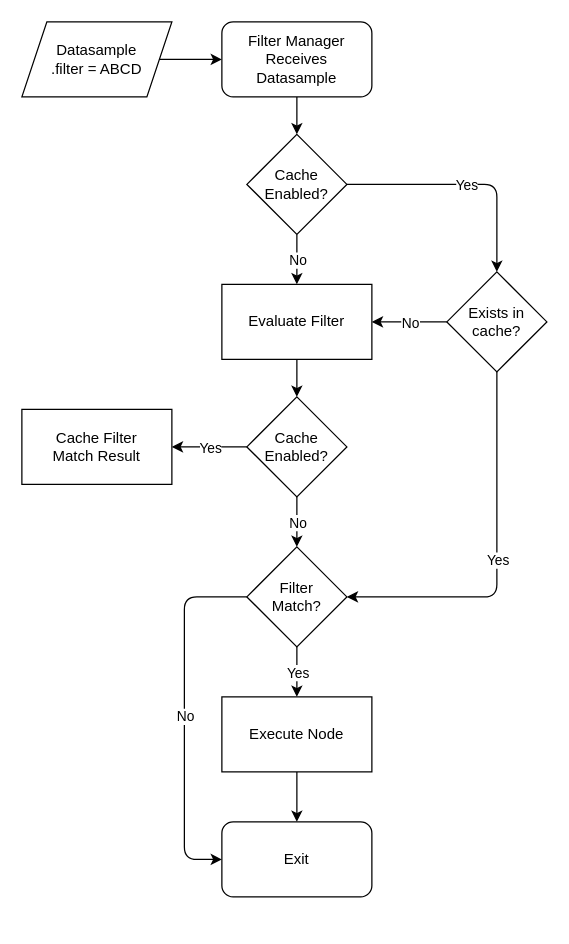
Above: doc/FilterEngine.drawio in Linaro/step (draw.io), before the change. Source tidied: cells renumbered, new cells numbered last; positions are measured from the earlier drawing's top-left corner, leaving out a move shared by most shapes. Both pictures are drawn from the tidied source at 125%, with x=0, y=0 at pixel (21, 21).
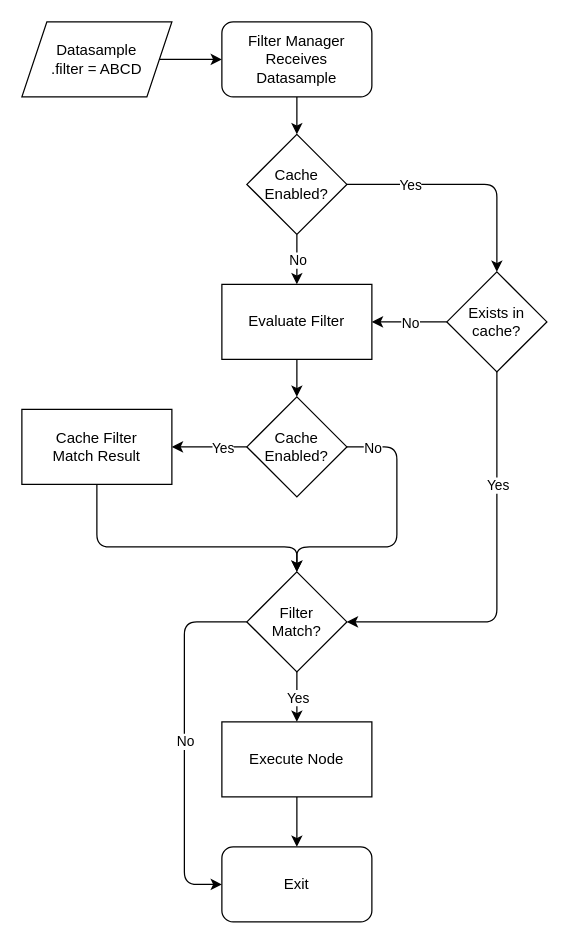
Above is the later version.

The change refers to these unchanged cells:
```xml
<mxCell id="3" value="Exists in&lt;br&gt;cache?" style="rhombus;whiteSpace=wrap;html=1;" parent="1" vertex="1">
  <mxGeometry x="340" y="200" width="80" height="80" as="geometry" />
</mxCell>
<mxCell id="6" value="Cache Filter&lt;br&gt;Match Result" style="rounded=0;whiteSpace=wrap;html=1;" parent="1" vertex="1">
  <mxGeometry y="310" width="120" height="60" as="geometry" />
</mxCell>
<mxCell id="19" style="endArrow=classic;html=1;exitX=1;exitY=0.5;exitDx=0;exitDy=0;entryX=0.5;entryY=0;entryDx=0;entryDy=0;" parent="1" edge="1" source="16" target="3">
  <mxGeometry relative="1" as="geometry">
    <Array as="points">
      <mxPoint x="380" y="130" />
    </Array>
  </mxGeometry>
</mxCell>
<mxCell id="26" value="Cache&lt;br&gt;Enabled?" style="rhombus;whiteSpace=wrap;html=1;" parent="1" vertex="1">
  <mxGeometry x="180" y="300" width="80" height="80" as="geometry" />
</mxCell>
<mxCell id="27" style="endArrow=classic;html=1;exitX=0;exitY=0.5;exitDx=0;exitDy=0;entryX=1;entryY=0.5;entryDx=0;entryDy=0;" parent="1" edge="1" source="26" target="6">
  <mxGeometry relative="1" as="geometry" />
</mxCell>
```

What changed in the source:
```diff
@@
     <mxCell id="4" value="Filter&lt;br&gt;Match?" style="rhombus;whiteSpace=wrap;html=1;" parent="1" vertex="1">
-      <mxGeometry x="180" y="420" width="80" height="80" as="geometry" />
+      <mxGeometry x="180" y="440" width="80" height="80" as="geometry" />
     </mxCell>
@@
     <mxCell id="7" value="Exit" style="rounded=1;whiteSpace=wrap;html=1;" parent="1" vertex="1">
-      <mxGeometry x="160" y="640" width="120" height="60" as="geometry" />
+      <mxGeometry x="160" y="660" width="120" height="60" as="geometry" />
     </mxCell>
@@
     <mxCell id="9" value="Execute Node" style="rounded=0;whiteSpace=wrap;html=1;" parent="1" vertex="1">
-      <mxGeometry x="160" y="540" width="120" height="60" as="geometry" />
+      <mxGeometry x="160" y="560" width="120" height="60" as="geometry" />
     </mxCell>
@@
     <mxCell id="12" style="endArrow=classic;html=1;exitX=0;exitY=0.5;exitDx=0;exitDy=0;entryX=0;entryY=0.5;entryDx=0;entryDy=0;" parent="1" edge="1" source="4" target="7">
       <mxGeometry relative="1" as="geometry">
         <Array as="points">
-          <mxPoint x="130" y="460" />
-          <mxPoint x="130" y="670" />
+          <mxPoint x="130" y="480" />
+          <mxPoint x="130" y="690" />
         </Array>
       </mxGeometry>
     </mxCell>
@@
     <mxCell id="20" value="Yes" style="edgeLabel;html=1;align=center;verticalAlign=middle;" parent="19" vertex="1">
-      <mxGeometry relative="1" as="geometry" />
+      <mxGeometry relative="1" as="geometry">
+        <mxPoint x="-45" as="offset" />
+      </mxGeometry>
     </mxCell>
@@
     <mxCell id="24" style="endArrow=classic;html=1;exitX=0.5;exitY=1;exitDx=0;exitDy=0;entryX=1;entryY=0.5;entryDx=0;entryDy=0;" parent="1" edge="1" source="3" target="4">
       <mxGeometry relative="1" as="geometry">
         <Array as="points">
-          <mxPoint x="380" y="460" />
+          <mxPoint x="380" y="480" />
         </Array>
       </mxGeometry>
     </mxCell>
     <mxCell id="25" value="Yes" style="edgeLabel;html=1;align=center;verticalAlign=middle;" parent="24" vertex="1">
-      <mxGeometry relative="1" as="geometry" />
+      <mxGeometry relative="1" as="geometry">
+        <mxPoint y="-70" as="offset" />
+      </mxGeometry>
     </mxCell>
@@
     <mxCell id="28" value="Yes" style="edgeLabel;html=1;align=center;verticalAlign=middle;" parent="27" vertex="1">
-      <mxGeometry relative="1" as="geometry" />
+      <mxGeometry relative="1" as="geometry">
+        <mxPoint x="10" as="offset" />
+      </mxGeometry>
     </mxCell>
@@
-    <mxCell id="30" style="endArrow=classic;html=1;exitX=0.5;exitY=1;exitDx=0;exitDy=0;entryX=0.5;entryY=0;entryDx=0;entryDy=0;" parent="1" edge="1" source="26" target="4">
-      <mxGeometry relative="1" as="geometry" />
+    <mxCell id="30" style="endArrow=classic;html=1;exitX=1;exitY=0.5;exitDx=0;exitDy=0;entryX=0.5;entryY=0;entryDx=0;entryDy=0;" parent="1" edge="1" source="26" target="4">
+      <mxGeometry relative="1" as="geometry">
+        <Array as="points">
+          <mxPoint x="300" y="340" />
+          <mxPoint x="300" y="420" />
+          <mxPoint x="220" y="420" />
+        </Array>
+      </mxGeometry>
     </mxCell>
     <mxCell id="31" value="No" style="edgeLabel;html=1;align=center;verticalAlign=middle;" parent="30" vertex="1">
-      <mxGeometry relative="1" as="geometry" />
+      <mxGeometry relative="1" as="geometry">
+        <mxPoint x="-20" y="-70" as="offset" />
+      </mxGeometry>
     </mxCell>
+    <mxCell id="32" style="endArrow=classic;html=1;exitX=0.5;exitY=1;exitDx=0;exitDy=0;entryX=0.5;entryY=0;entryDx=0;entryDy=0;" parent="1" edge="1" source="6" target="4">
+      <mxGeometry relative="1" as="geometry">
+        <Array as="points">
+          <mxPoint x="60" y="420" />
+          <mxPoint x="220" y="420" />
+        </Array>
+      </mxGeometry>
+    </mxCell>
```
